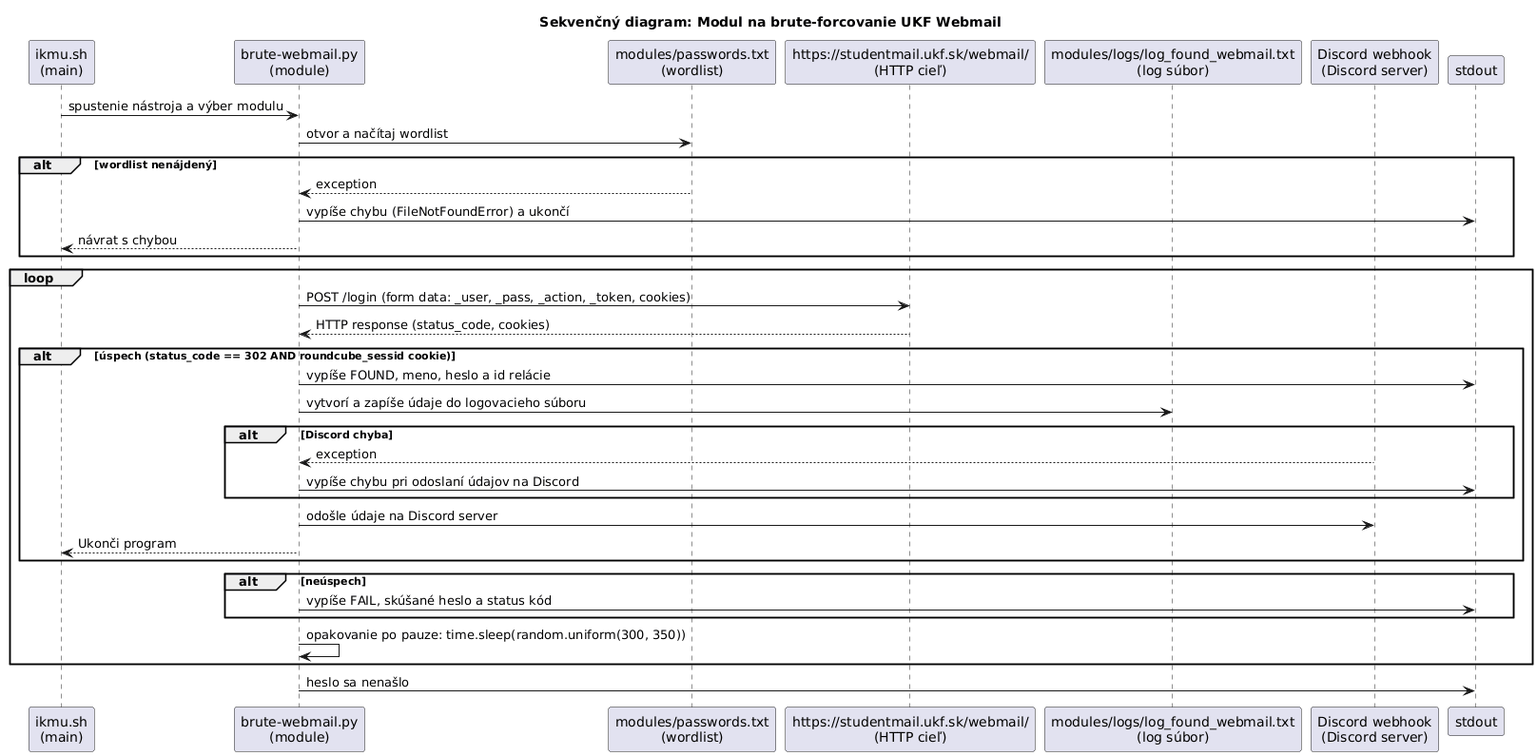
Earlier version of the PlantUML export diagrams/sequence_diagram_brute_webmail.png (majohlavacka/Diplomova-praca).
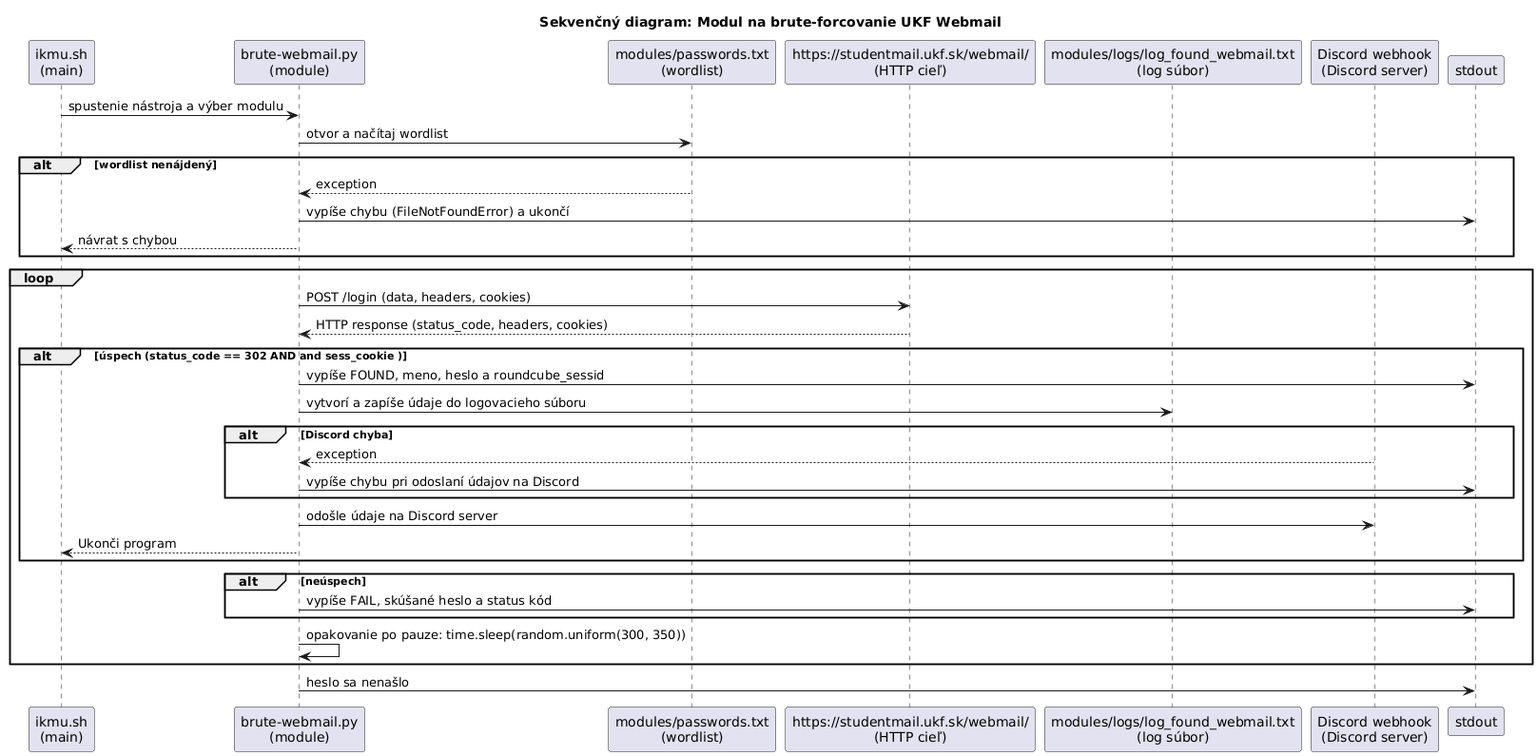
The same file after the commit.

Diff of the diagram source:
```diff
@@ -19,11 +19,11 @@
 end
 
 loop
-    brute_module -> Webmail : POST /login (form data: _user, _pass, _action, _token, cookies)
-    Webmail --> brute_module : HTTP response (status_code, cookies)
+    brute_module -> Webmail : POST /login (data, headers, cookies)
+    Webmail --> brute_module : HTTP response (status_code, headers, cookies)
 
-    alt úspech (status_code == 302 AND roundcube_sessid cookie)
-      brute_module -> Console : vypíše FOUND, meno, heslo a id relácie
+    alt úspech (status_code == 302 AND and sess_cookie )
+      brute_module -> Console : vypíše FOUND, meno, heslo a roundcube_sessid
       brute_module -> LogFile : vytvorí a zapíše údaje do logovacieho súboru
       alt Discord chyba
         Discord --> brute_module : exception
```
